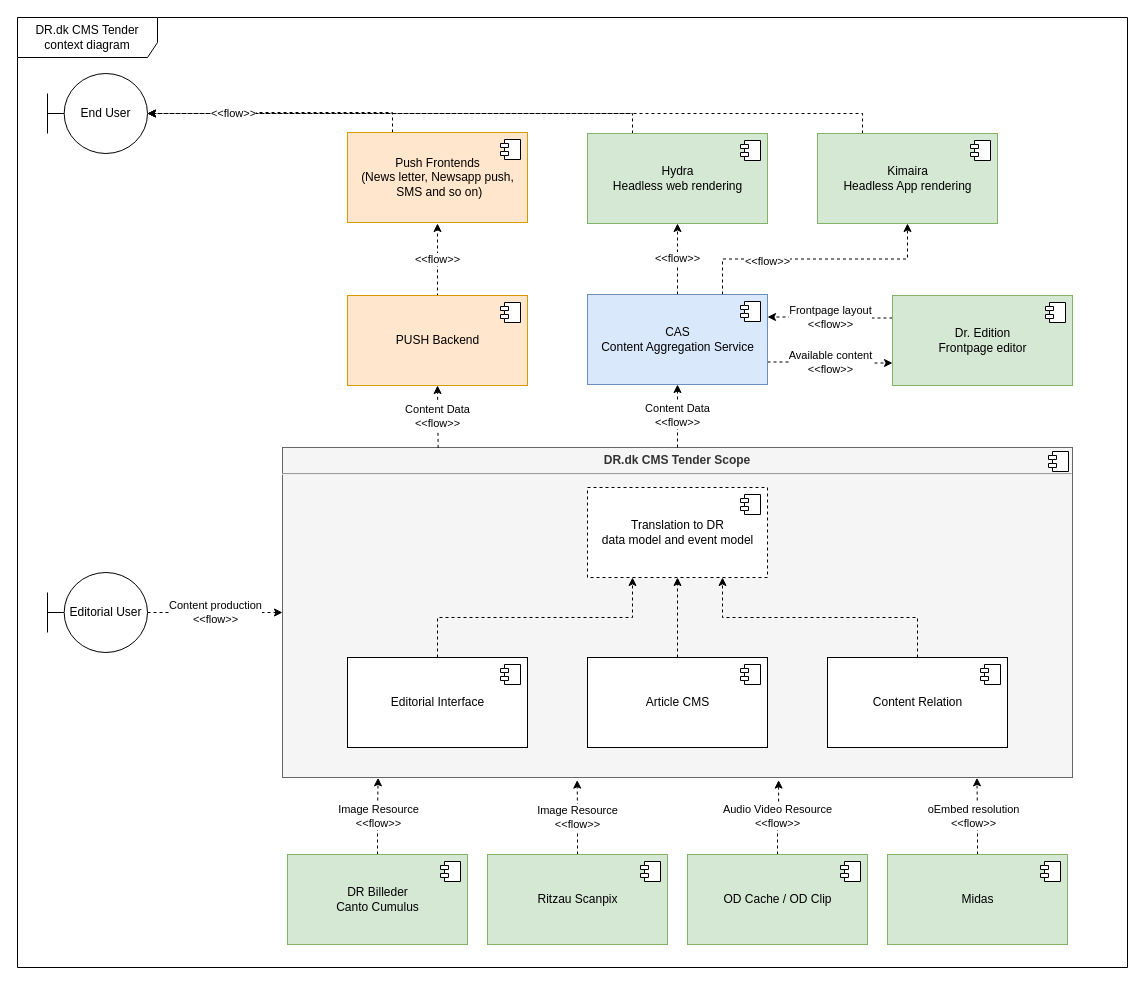
drdkjtop/arkitektur keeps this draw.io diagram as draw-io/CMS and related components.drawio. Above is the earlier version. Source tidied: cells renumbered, new cells numbered last; positions are measured from the earlier drawing's top-left corner, leaving out a move shared by most shapes. Both pictures are drawn from the tidied source at 100%, with x=0, y=0 at pixel (17, 17).
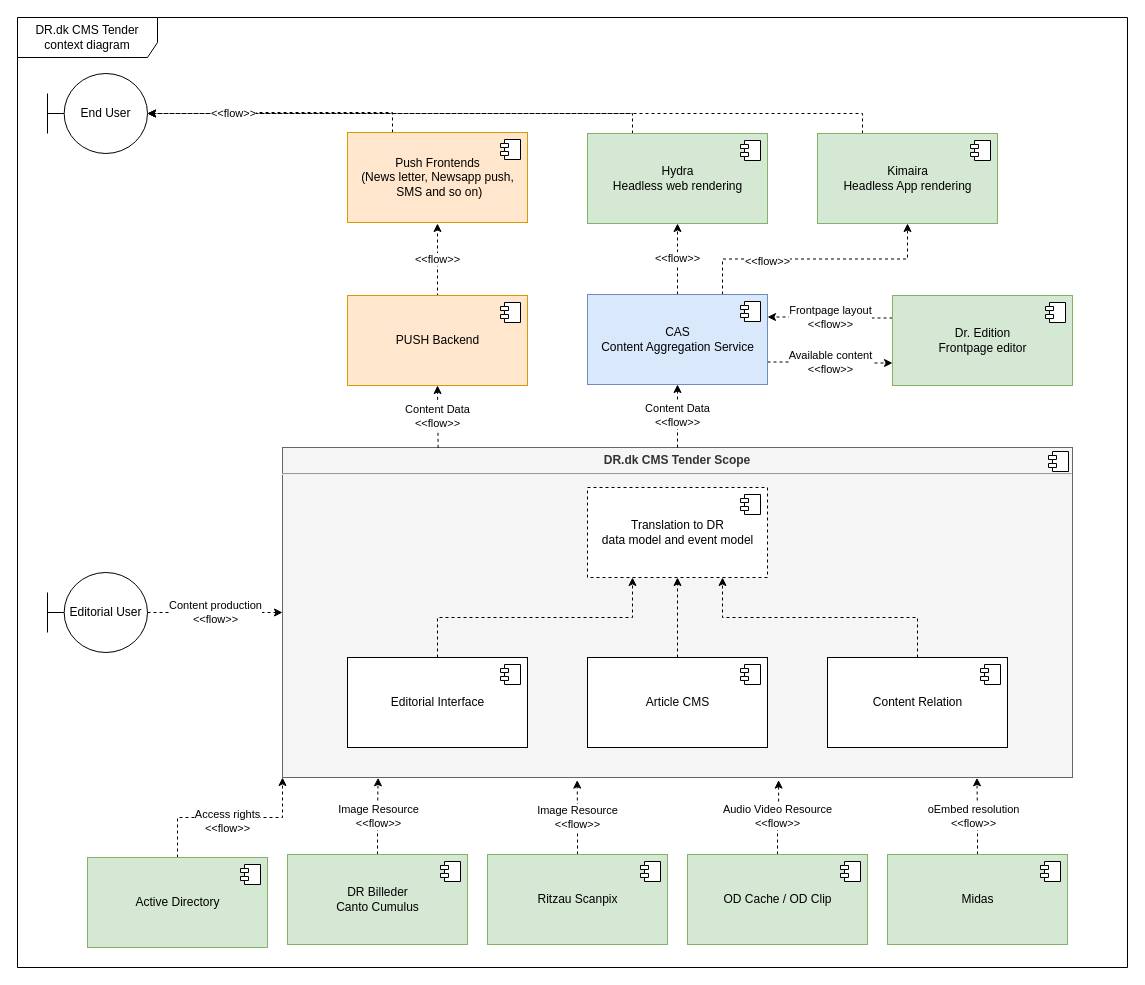
Above is the later version.

The change refers to these unchanged cells:
```xml
<mxCell id="6" value="&lt;p style=&quot;margin: 0px ; margin-top: 6px ; text-align: center&quot;&gt;&lt;b&gt;DR.dk CMS Tender Scope&lt;/b&gt;&lt;/p&gt;&lt;hr&gt;&lt;p style=&quot;margin: 0px ; margin-left: 8px&quot;&gt;&lt;br&gt;&lt;/p&gt;" style="align=left;overflow=fill;html=1;fillColor=#f5f5f5;fontColor=#333333;strokeColor=#666666;" parent="1" vertex="1">
  <mxGeometry x="265" y="430" width="790" height="330" as="geometry" />
</mxCell>
```

Diff of the diagram source:
```diff
@@
+    <mxCell id="57" style="edgeStyle=orthogonalEdgeStyle;rounded=0;jettySize=auto;html=1;exitX=0.5;exitY=0;exitDx=0;exitDy=0;entryX=0;entryY=1;entryDx=0;entryDy=0;dashed=1;" parent="1" edge="1" source="59" target="6">
+      <mxGeometry relative="1" as="geometry" />
+    </mxCell>
+    <mxCell id="58" value="Access rights&lt;br&gt;&amp;lt;&amp;lt;flow&amp;gt;&amp;gt;" style="edgeLabel;html=1;align=center;verticalAlign=middle;" parent="57" vertex="1">
+      <mxGeometry x="-0.25" y="-3" relative="1" as="geometry">
+        <mxPoint x="20" as="offset" />
+      </mxGeometry>
+    </mxCell>
+    <mxCell id="59" value="Active Directory" style="html=1;fillColor=#d5e8d4;strokeColor=#82b366;" parent="1" vertex="1">
+      <mxGeometry x="70" y="840" width="180" height="90" as="geometry" />
+    </mxCell>
+    <mxCell id="60" style="shape=module;jettyWidth=8;jettyHeight=4;" parent="59" vertex="1">
+      <mxGeometry x="1" width="20" height="20" relative="1" as="geometry">
+        <mxPoint x="-27" y="7" as="offset" />
+      </mxGeometry>
+    </mxCell>
```
